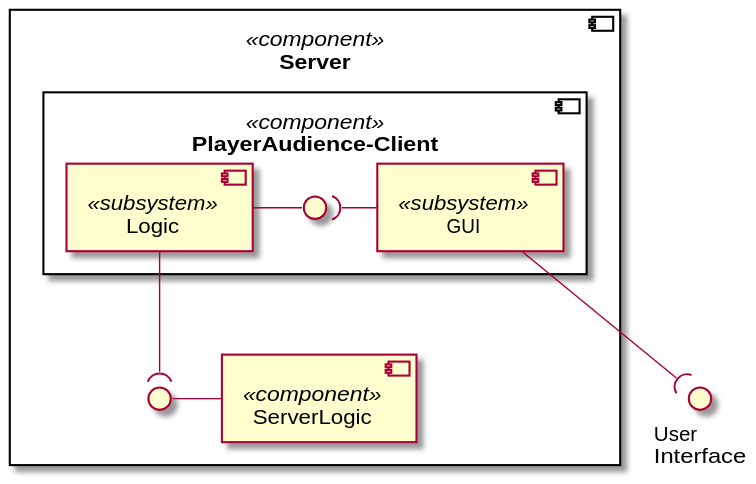
Before: Docs/Technical Specifications/docs/diagrams/ComponentDiagrams/playeraudience-client-component-diagram.svg, a diagram exported from PlantUML (Brotenko/QualityQuest).
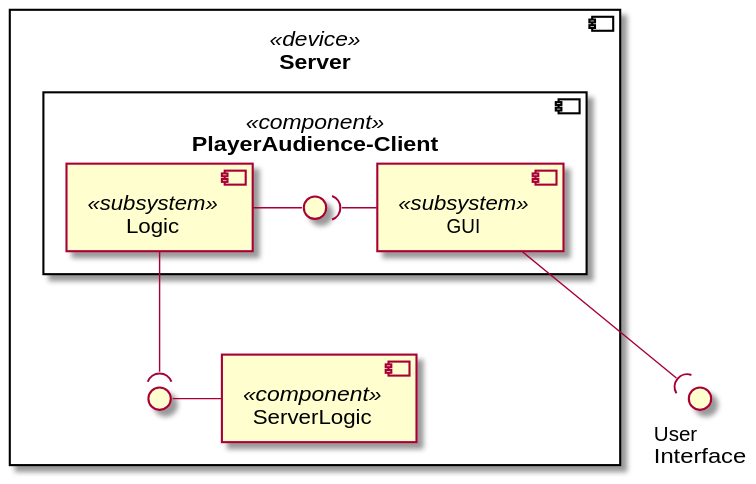
Above is the later version.

Commit message:
changed type of component

What changed in the source:
```diff
@@ -1,7 +1,7 @@
 @startuml
 () "User\nInterface" as ui
 
-component "Server" <<component>> as sl{
+component "Server" <<device>> as sl{
     () " " as api
 
     component "PlayerAudience-Client" <<component>> as ac{
```
